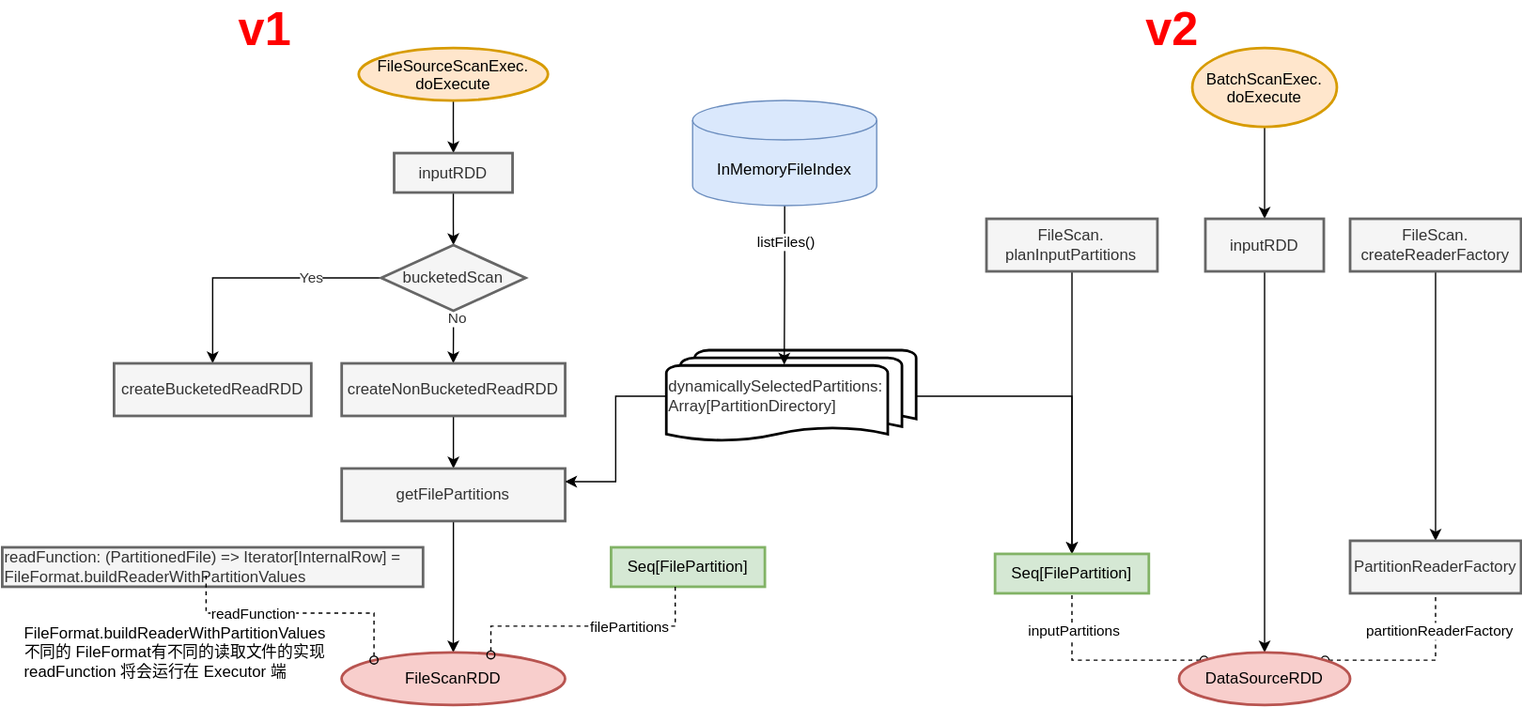
Above: docs/spark/data-reader/datareader-physicalplan-rdd.svg in wbo4958/wbo4958.github.io (draw.io), before the change. Source tidied: cells renumbered, new cells last; positions are measured from the earlier drawing's top-left corner, leaving out a move shared by most shapes.
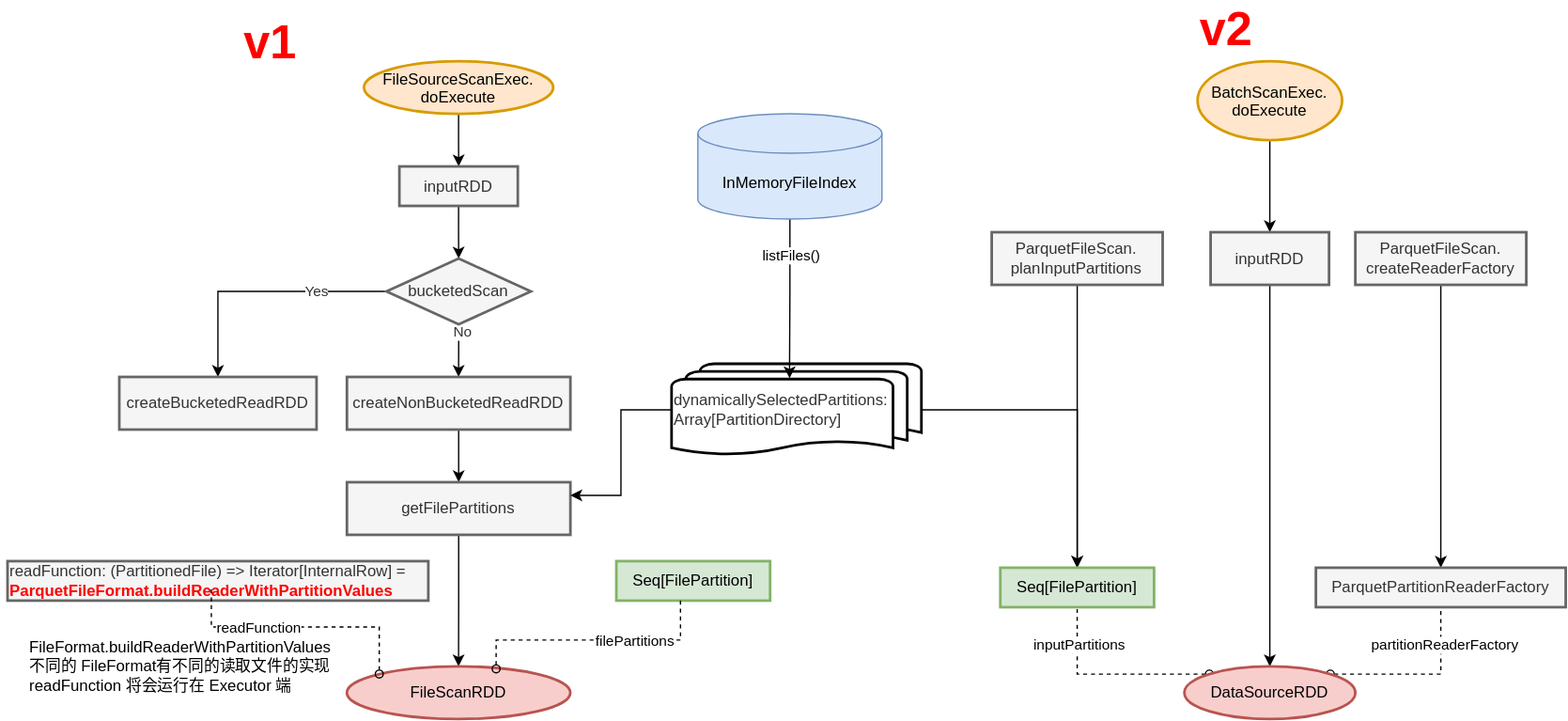
After the change.

What changed in the source:
```diff
@@ -68,7 +68,7 @@
     <mxCell id="23" value="Seq[FilePartition]" style="whiteSpace=wrap;html=1;strokeColor=#82b366;strokeWidth=2;fillColor=#d5e8d4;" parent="1" vertex="1">
       <mxGeometry x="463" y="410" width="116.9" height="30" as="geometry" />
     </mxCell>
-    <mxCell id="24" value="readFunction: (PartitionedFile) =&amp;gt; Iterator[InternalRow] =&lt;br&gt;FileFormat.buildReaderWithPartitionValues" style="whiteSpace=wrap;html=1;fontColor=#333333;strokeColor=#666666;strokeWidth=2;fillColor=#f5f5f5;align=left;" parent="1" vertex="1">
+    <mxCell id="24" value="readFunction: (PartitionedFile) =&amp;gt; Iterator[InternalRow] =&lt;br&gt;&lt;b&gt;&lt;font color=&quot;#ff0000&quot;&gt;ParquetFileFormat.buildReaderWithPartitionValues&lt;/font&gt;&lt;/b&gt;" style="whiteSpace=wrap;html=1;fontColor=#333333;strokeColor=#666666;strokeWidth=2;fillColor=#f5f5f5;align=left;" parent="1" vertex="1">
       <mxGeometry y="410" width="320" height="30" as="geometry" />
     </mxCell>
     <mxCell id="25" style="edgeStyle=orthogonalEdgeStyle;rounded=0;jettySize=auto;html=0;exitX=0.668;exitY=0.047;exitDx=0;exitDy=0;entryX=0.417;entryY=0.992;entryDx=0;entryDy=0;dashed=1;endArrow=none;endFill=0;startArrow=oval;startFill=0;exitPerimeter=0;entryPerimeter=0;" parent="1" edge="1" source="16" target="23">
@@ -116,7 +116,7 @@
     <mxCell id="35" style="edgeStyle=orthogonalEdgeStyle;rounded=0;jettySize=auto;html=1;" parent="1" edge="1" source="36" target="37">
       <mxGeometry relative="1" as="geometry" />
     </mxCell>
-    <mxCell id="36" value="FileScan.&lt;br&gt;planInputPartitions" style="whiteSpace=wrap;html=1;fontColor=#333333;strokeColor=#666666;strokeWidth=2;fillColor=#f5f5f5;" parent="1" vertex="1">
+    <mxCell id="36" value="ParquetFileScan.&lt;br&gt;planInputPartitions" style="whiteSpace=wrap;html=1;fontColor=#333333;strokeColor=#666666;strokeWidth=2;fillColor=#f5f5f5;" parent="1" vertex="1">
       <mxGeometry x="748.5" y="160" width="130" height="40" as="geometry" />
     </mxCell>
     <mxCell id="37" value="Seq[FilePartition]" style="whiteSpace=wrap;html=1;strokeColor=#82b366;strokeWidth=2;fillColor=#d5e8d4;" parent="1" vertex="1">
@@ -125,11 +125,11 @@
     <mxCell id="38" style="edgeStyle=orthogonalEdgeStyle;rounded=0;jettySize=auto;html=1;" parent="1" edge="1" source="39" target="40">
       <mxGeometry relative="1" as="geometry" />
     </mxCell>
-    <mxCell id="39" value="FileScan.&lt;br&gt;createReaderFactory" style="whiteSpace=wrap;html=1;fontColor=#333333;strokeColor=#666666;strokeWidth=2;fillColor=#f5f5f5;" parent="1" vertex="1">
+    <mxCell id="39" value="ParquetFileScan.&lt;br&gt;createReaderFactory" style="whiteSpace=wrap;html=1;fontColor=#333333;strokeColor=#666666;strokeWidth=2;fillColor=#f5f5f5;" parent="1" vertex="1">
       <mxGeometry x="1025" y="160" width="130" height="40" as="geometry" />
     </mxCell>
-    <mxCell id="40" value="PartitionReaderFactory" style="whiteSpace=wrap;html=1;fontColor=#333333;strokeColor=#666666;strokeWidth=2;fillColor=#f5f5f5;" parent="1" vertex="1">
-      <mxGeometry x="1025" y="405" width="130" height="40" as="geometry" />
+    <mxCell id="40" value="ParquetPartitionReaderFactory" style="whiteSpace=wrap;html=1;fontColor=#333333;strokeColor=#666666;strokeWidth=2;fillColor=#f5f5f5;" parent="1" vertex="1">
+      <mxGeometry x="995" y="415" width="190" height="30" as="geometry" />
     </mxCell>
     <mxCell id="41" style="edgeStyle=orthogonalEdgeStyle;rounded=0;jettySize=auto;html=0;exitX=0;exitY=0;exitDx=0;exitDy=0;entryX=0.5;entryY=1;entryDx=0;entryDy=0;dashed=1;startArrow=oval;startFill=0;endArrow=none;endFill=0;" parent="1" edge="1" source="45" target="37">
       <mxGeometry relative="1" as="geometry" />
@@ -151,10 +151,10 @@
       <mxGeometry x="894.9" y="490" width="130.1" height="40" as="geometry" />
     </mxCell>
     <mxCell id="46" value="v1" style="text;html=1;strokeColor=none;align=center;verticalAlign=middle;whiteSpace=wrap;rounded=0;fontSize=36;fontStyle=1;fontColor=#FF0000;" parent="1" vertex="1">
-      <mxGeometry x="175" width="50" height="30" as="geometry" />
+      <mxGeometry x="-5" width="410" height="30" as="geometry" />
     </mxCell>
     <mxCell id="47" value="v2" style="text;html=1;strokeColor=none;align=center;verticalAlign=middle;whiteSpace=wrap;rounded=0;fontSize=36;fontStyle=1;fontColor=#FF0000;" parent="1" vertex="1">
-      <mxGeometry x="864.9" width="50" height="30" as="geometry" />
+      <mxGeometry x="871.9" y="-10" width="110" height="30" as="geometry" />
     </mxCell>
   </root>
 </mxGraphModel>
```
